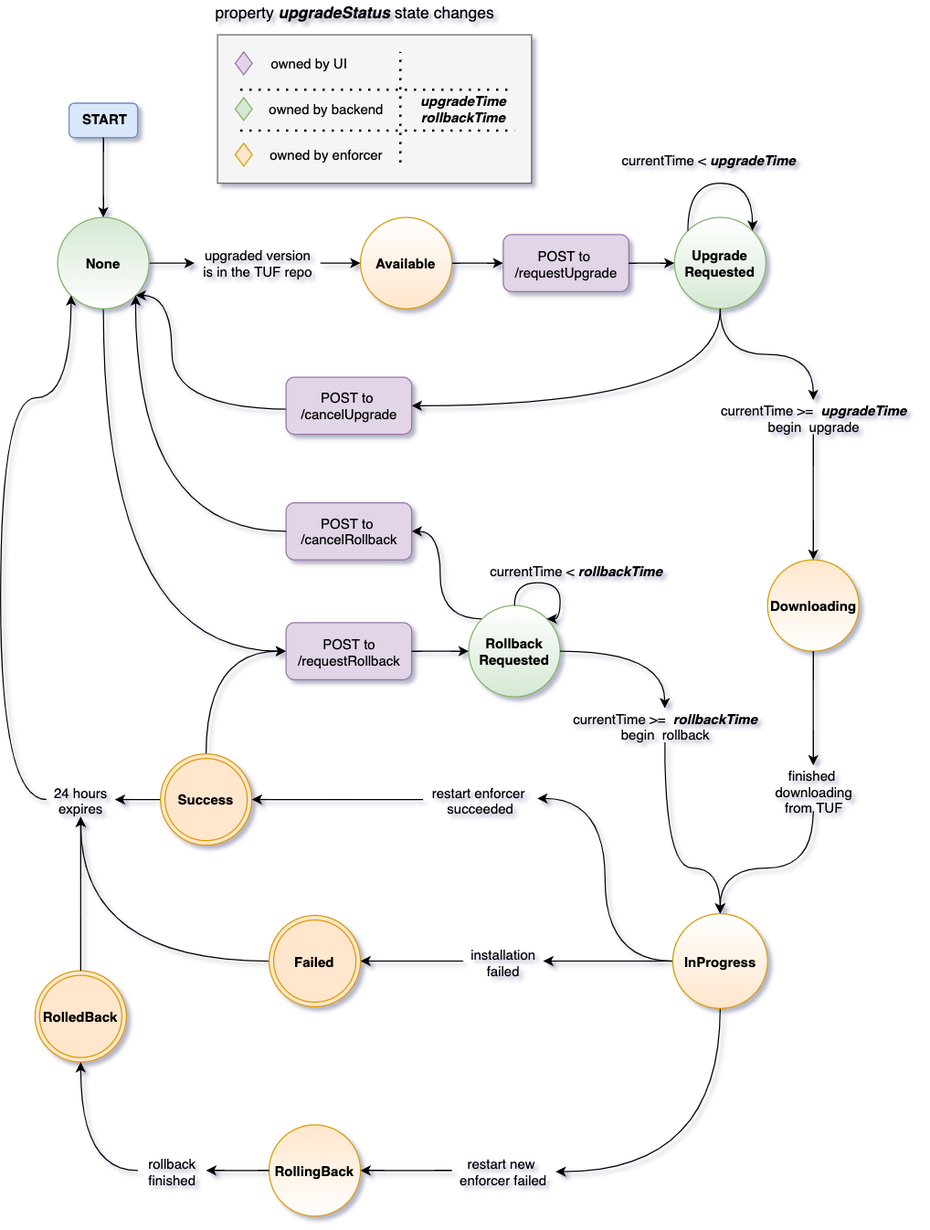
This is upgradeStatus.png from brianonn/drawio, a draw.io export, as it was before one commit. Source tidied: cells renumbered, new cells last; positions are measured from the earlier drawing's top-left corner, leaving out a move shared by most shapes.
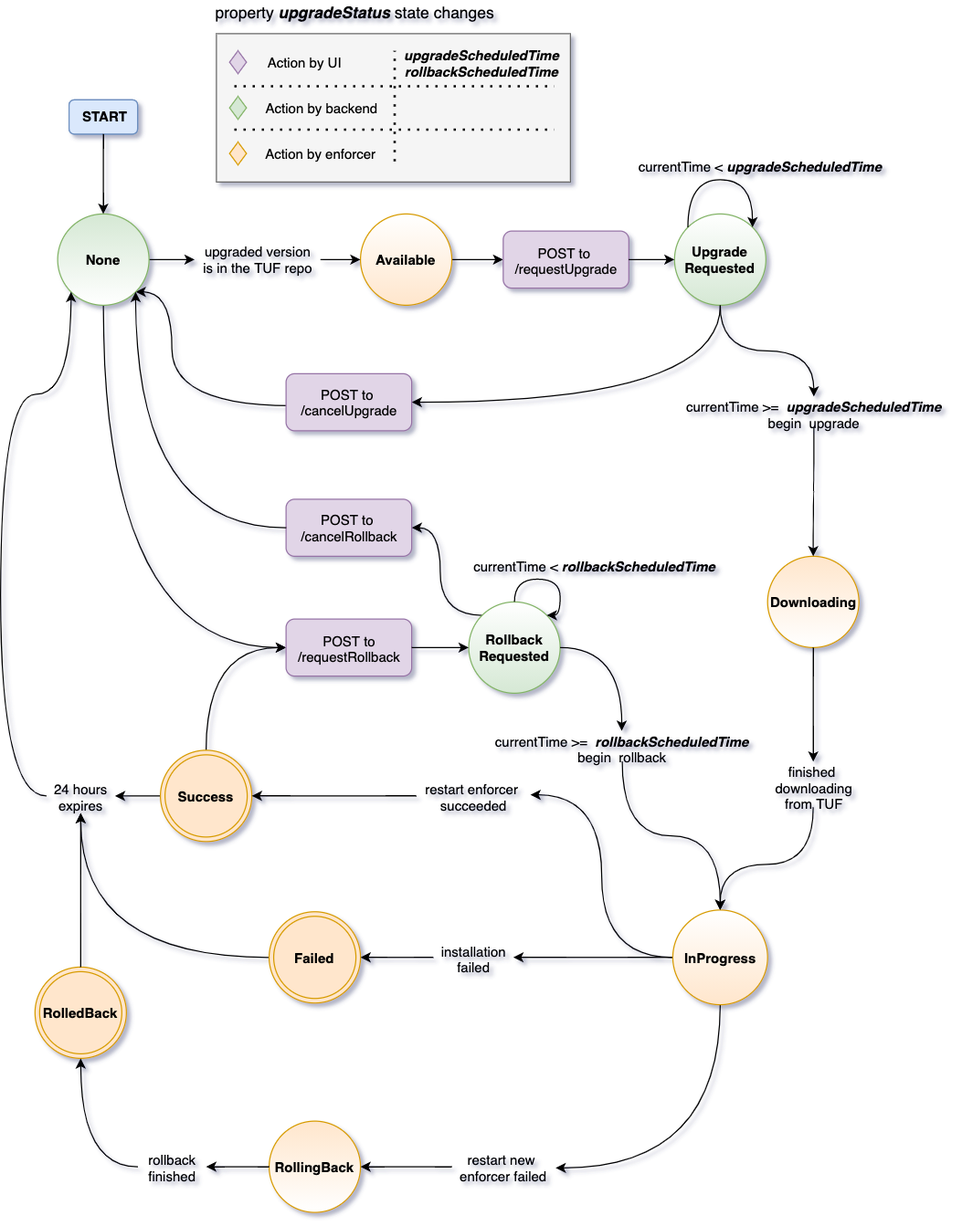
Later version of the same file.

The edit, as a diff of the source:
```diff
@@ -82,7 +82,7 @@
       <mxGeometry x="50" y="190" width="80" height="80" as="geometry" />
     </mxCell>
     <mxCell id="25" value="restart enforcer &lt;br&gt;succeeded" style="text;html=1;points=[];align=center;verticalAlign=top;spacingTop=-4;direction=west;" parent="1" vertex="1">
-      <mxGeometry x="370" y="685" width="100" height="30" as="geometry" />
+      <mxGeometry x="364" y="685" width="100" height="30" as="geometry" />
     </mxCell>
     <mxCell id="26" value="rollback&lt;br&gt;finished&lt;br&gt;" style="text;html=1;points=[];align=center;verticalAlign=top;spacingTop=-4;direction=west;" parent="1" vertex="1">
       <mxGeometry x="120" y="1010" width="60" height="30" as="geometry" />
@@ -93,8 +93,8 @@
     <mxCell id="28" style="edgeStyle=orthogonalEdgeStyle;curved=1;rounded=0;jettySize=auto;html=1;entryX=0.5;entryY=0;entryDx=0;entryDy=0;" parent="1" edge="1" source="29" target="8">
       <mxGeometry relative="1" as="geometry" />
     </mxCell>
-    <mxCell id="29" value="currentTime &amp;gt;=&amp;nbsp; &lt;b&gt;&lt;i&gt;upgradeTime&lt;/i&gt;&lt;/b&gt;&lt;br&gt;begin&amp;nbsp; upgrade" style="text;html=1;points=[];align=center;verticalAlign=top;spacingTop=-4;direction=west;" parent="1" vertex="1">
-      <mxGeometry x="621.7" y="350" width="180" height="30" as="geometry" />
+    <mxCell id="29" value="currentTime &amp;gt;=&amp;nbsp;&amp;nbsp;&lt;b&gt;&lt;i&gt;upgradeScheduledTime&lt;/i&gt;&lt;/b&gt;&lt;br&gt;begin&amp;nbsp; upgrade" style="text;html=1;points=[];align=center;verticalAlign=top;spacingTop=-4;direction=west;" parent="1" vertex="1">
+      <mxGeometry x="595.2" y="350" width="234" height="27" as="geometry" />
     </mxCell>
     <mxCell id="30" style="edgeStyle=orthogonalEdgeStyle;curved=1;jettySize=auto;html=1;startArrow=none;startFill=0;endArrow=classic;endFill=1;" parent="1" edge="1" source="11" target="29">
       <mxGeometry relative="1" as="geometry" />
@@ -112,7 +112,7 @@
       <mxGeometry x="235.2" y="801.5" width="80" height="80" as="geometry" />
     </mxCell>
     <mxCell id="35" value="installation&lt;br&gt;failed" style="text;html=1;points=[];align=center;verticalAlign=top;spacingTop=-4;direction=west;" parent="1" vertex="1">
-      <mxGeometry x="405.2" y="826.5" width="70" height="30" as="geometry" />
+      <mxGeometry x="379" y="826.5" width="70" height="30" as="geometry" />
     </mxCell>
     <mxCell id="36" style="edgeStyle=orthogonalEdgeStyle;curved=1;jettySize=auto;html=1;exitX=1;exitY=0.5;exitDx=0;exitDy=0;entryX=0;entryY=0.5;entryDx=0;entryDy=0;startArrow=none;startFill=0;endArrow=classic;endFill=1;" parent="1" edge="1" source="39" target="35">
       <mxGeometry relative="1" as="geometry" />
@@ -157,8 +157,8 @@
         </Array>
       </mxGeometry>
     </mxCell>
-    <mxCell id="47" value="currentTime &amp;lt; &lt;b&gt;&lt;i&gt;upgradeTime&lt;/i&gt;&lt;/b&gt;" style="text;html=1;align=center;verticalAlign=middle;" parent="1" vertex="1">
-      <mxGeometry x="535.2" y="130" width="170" height="20" as="geometry" />
+    <mxCell id="47" value="currentTime &amp;lt; &lt;b&gt;&lt;i&gt;upgradeScheduledTime&lt;/i&gt;&lt;/b&gt;" style="text;html=1;align=center;verticalAlign=middle;" parent="1" vertex="1">
+      <mxGeometry x="553" y="139" width="223" height="18" as="geometry" />
     </mxCell>
     <mxCell id="48" style="group;" parent="1" vertex="1">
       <mxGeometry x="440.2" y="205" width="110" height="50" as="geometry" />
@@ -203,90 +203,86 @@
         <mxPoint x="360" y="570" as="sourcePoint" />
       </mxGeometry>
     </mxCell>
-    <mxCell id="61" value="currentTime &amp;lt; &lt;b&gt;&lt;i&gt;rollbackTime&lt;/i&gt;&lt;/b&gt;" style="text;html=1;align=center;verticalAlign=middle;" parent="1" vertex="1">
-      <mxGeometry x="418.7" y="490" width="170" height="20" as="geometry" />
+    <mxCell id="61" value="currentTime &amp;lt; &lt;b&gt;&lt;i&gt;rollbackScheduledTime&lt;/i&gt;&lt;/b&gt;" style="text;html=1;align=center;verticalAlign=middle;" parent="1" vertex="1">
+      <mxGeometry x="409" y="490" width="222" height="18" as="geometry" />
     </mxCell>
-    <mxCell id="62" style="edgeStyle=orthogonalEdgeStyle;curved=1;jettySize=auto;html=1;" parent="1" edge="1" source="63" target="39">
-      <mxGeometry relative="1" as="geometry">
-        <Array as="points">
-          <mxPoint x="582" y="760" />
-          <mxPoint x="630" y="760" />
-        </Array>
-      </mxGeometry>
+    <mxCell id="62" style="edgeStyle=orthogonalEdgeStyle;curved=1;rounded=0;jettySize=auto;html=1;entryX=0.5;entryY=1;entryDx=0;entryDy=0;exitX=0.498;exitY=0.007;exitDx=0;exitDy=0;exitPerimeter=0;" parent="1" edge="1" source="63" target="39">
+      <mxGeometry relative="1" as="geometry" />
     </mxCell>
-    <mxCell id="63" value="currentTime &amp;gt;=&amp;nbsp; &lt;b&gt;&lt;i&gt;rollbackTime&lt;/i&gt;&lt;/b&gt;&lt;br&gt;begin&amp;nbsp; rollback" style="text;html=1;points=[];align=center;verticalAlign=top;spacingTop=-4;direction=west;" parent="1" vertex="1">
-      <mxGeometry x="491.7" y="620" width="180" height="30" as="geometry" />
+    <mxCell id="63" value="currentTime &amp;gt;=&amp;nbsp; &lt;b&gt;&lt;i&gt;rollbackScheduledTime&lt;/i&gt;&lt;/b&gt;&lt;br&gt;begin&amp;nbsp; rollback" style="text;html=1;points=[];align=center;verticalAlign=top;spacingTop=-4;direction=west;" parent="1" vertex="1">
+      <mxGeometry x="428" y="643" width="232" height="27" as="geometry" />
     </mxCell>
-    <mxCell id="64" style="edgeStyle=orthogonalEdgeStyle;curved=1;jettySize=auto;html=1;entryX=0.5;entryY=1;entryDx=0;entryDy=0;" parent="1" edge="1" source="56" target="63">
+    <mxCell id="64" style="edgeStyle=orthogonalEdgeStyle;curved=1;jettySize=auto;html=1;entryX=0.5;entryY=1;entryDx=0;entryDy=0;exitX=0;exitY=0.5;exitDx=0;exitDy=0;" parent="1" edge="1" source="56" target="63">
       <mxGeometry relative="1" as="geometry" />
     </mxCell>
-    <mxCell id="65" style="group;" parent="1" vertex="1">
-      <mxGeometry x="190" y="30" width="275" height="130" as="geometry" />
-    </mxCell>
+    <mxCell id="77" value="property &lt;b&gt;&lt;i&gt;upgradeStatus&lt;/i&gt;&lt;/b&gt; state changes" style="text;html=1;align=center;verticalAlign=middle;fontSize=14;" parent="1" vertex="1">
+      <mxGeometry x="180.2" y="3" width="260" height="20" as="geometry" />
+    </mxCell>
+    <mxCell id="78" style="group;" parent="1" vertex="1">
+      <mxGeometry x="250" y="440" width="110" height="50" as="geometry" />
+    </mxCell>
+    <mxCell id="79" style="rounded=1;whiteSpace=wrap;html=1;fillColor=#e1d5e7;strokeColor=#9673a6;" parent="78" vertex="1">
+      <mxGeometry width="110" height="50" as="geometry" />
+    </mxCell>
+    <mxCell id="80" value="POST to&amp;nbsp;&lt;br&gt;/cancelRollback" style="text;html=1;align=center;verticalAlign=middle;" parent="78" vertex="1">
+      <mxGeometry x="5" y="10" width="100" height="30" as="geometry" />
+    </mxCell>
+    <mxCell id="81" style="edgeStyle=orthogonalEdgeStyle;rounded=0;jettySize=auto;html=1;entryX=1;entryY=1;entryDx=0;entryDy=0;elbow=vertical;curved=1;exitX=0;exitY=0.5;exitDx=0;exitDy=0;" parent="1" edge="1" source="79" target="24">
+      <mxGeometry relative="1" as="geometry" />
+    </mxCell>
+    <mxCell id="82" style="edgeStyle=orthogonalEdgeStyle;curved=1;rounded=0;orthogonalLoop=1;jettySize=auto;html=1;entryX=0;entryY=1;entryDx=0;entryDy=0;" parent="1" edge="1" source="56" target="56">
+      <mxGeometry relative="1" as="geometry">
+        <Array as="points">
+          <mxPoint x="450" y="510" />
+          <mxPoint x="490" y="510" />
+          <mxPoint x="490" y="542" />
+        </Array>
+      </mxGeometry>
+    </mxCell>
+    <mxCell id="83" style="group;" parent="1" vertex="1">
+      <mxGeometry x="189" y="32" width="310" height="130" as="geometry" />
+    </mxCell>
-    <mxCell id="66" style="rounded=0;whiteSpace=wrap;html=1;shadow=0;glass=0;sketch=0;strokeColor=#666666;fillColor=#f5f5f5;align=center;fontColor=#333333;" parent="65" vertex="1">
-      <mxGeometry width="275" height="130" as="geometry" />
+    <mxCell id="66" style="rounded=0;whiteSpace=wrap;html=1;shadow=0;glass=0;sketch=0;strokeColor=#666666;fillColor=#f5f5f5;align=center;fontColor=#333333;" parent="83" vertex="1">
+      <mxGeometry width="310" height="130" as="geometry" />
     </mxCell>
-    <mxCell id="67" value="owned by UI" style="text;html=1;align=center;verticalAlign=middle;" parent="65" vertex="1">
-      <mxGeometry x="40" y="15" width="80" height="20" as="geometry" />
+    <mxCell id="67" value="Action by UI" style="text;html=1;align=center;verticalAlign=middle;" parent="83" vertex="1">
+      <mxGeometry x="39" y="16" width="75" height="18" as="geometry" />
     </mxCell>
-    <mxCell id="68" value="owned by backend" style="text;html=1;align=center;verticalAlign=middle;" parent="65" vertex="1">
-      <mxGeometry x="35.2" y="55" width="120" height="20" as="geometry" />
+    <mxCell id="68" value="Action by backend" style="text;html=1;align=center;verticalAlign=middle;" parent="83" vertex="1">
+      <mxGeometry x="38.2" y="56" width="108" height="18" as="geometry" />
     </mxCell>
-    <mxCell id="69" value="owned by enforcer" style="text;html=1;align=center;verticalAlign=middle;" parent="65" vertex="1">
-      <mxGeometry x="40.2" y="95" width="110" height="20" as="geometry" />
+    <mxCell id="69" value="Action by enforcer" style="text;html=1;align=center;verticalAlign=middle;" parent="83" vertex="1">
+      <mxGeometry x="38.2" y="96" width="106" height="18" as="geometry" />
     </mxCell>
-    <mxCell id="70" style="rhombus;whiteSpace=wrap;html=1;fillColor=#e1d5e7;align=center;strokeColor=#9673a6;" parent="65" vertex="1">
-      <mxGeometry x="15.5" y="15" width="14.8" height="20" as="geometry" />
+    <mxCell id="70" style="rhombus;whiteSpace=wrap;html=1;fillColor=#e1d5e7;align=center;strokeColor=#9673a6;" parent="83" vertex="1">
+      <mxGeometry x="11.5" y="15" width="14.8" height="20" as="geometry" />
     </mxCell>
-    <mxCell id="71" style="rhombus;whiteSpace=wrap;html=1;fillColor=#d5e8d4;align=center;strokeColor=#82b366;" parent="65" vertex="1">
-      <mxGeometry x="15.5" y="55" width="14.8" height="20" as="geometry" />
+    <mxCell id="71" style="rhombus;whiteSpace=wrap;html=1;fillColor=#d5e8d4;align=center;strokeColor=#82b366;" parent="83" vertex="1">
+      <mxGeometry x="11.5" y="55" width="14.8" height="20" as="geometry" />
     </mxCell>
-    <mxCell id="72" style="rhombus;whiteSpace=wrap;html=1;fillColor=#ffe6cc;align=center;strokeColor=#d79b00;" parent="65" vertex="1">
-      <mxGeometry x="15.5" y="95" width="14.8" height="20" as="geometry" />
+    <mxCell id="72" style="rhombus;whiteSpace=wrap;html=1;fillColor=#ffe6cc;align=center;strokeColor=#d79b00;" parent="83" vertex="1">
+      <mxGeometry x="11.5" y="95" width="14.8" height="20" as="geometry" />
     </mxCell>
-    <mxCell id="73" value="&lt;b&gt;&lt;i&gt;upgradeTime&lt;br&gt;rollbackTime&lt;/i&gt;&lt;/b&gt;" style="text;html=1;align=center;verticalAlign=middle;points=[];" parent="65" vertex="1">
-      <mxGeometry x="170" y="50" width="90" height="30" as="geometry" />
+    <mxCell id="73" value="&lt;b&gt;&lt;i&gt;upgradeScheduledTime&lt;br&gt;rollbackScheduledTime&lt;/i&gt;&lt;/b&gt;" style="text;html=1;align=center;verticalAlign=middle;points=[];" parent="83" vertex="1">
+      <mxGeometry x="159" y="10" width="145" height="31" as="geometry" />
     </mxCell>
-    <mxCell id="74" style="endArrow=none;dashed=1;html=1;dashPattern=1 3;strokeWidth=2;entryX=0.935;entryY=-0.065;entryDx=0;entryDy=0;entryPerimeter=0;" parent="65" edge="1" target="73">
-      <mxGeometry relative="1" as="geometry">
-        <mxPoint x="20" y="48" as="sourcePoint" />
-      </mxGeometry>
-    </mxCell>
-    <mxCell id="75" style="endArrow=none;dashed=1;html=1;dashPattern=1 3;strokeWidth=2;entryX=0.935;entryY=-0.065;entryDx=0;entryDy=0;entryPerimeter=0;" parent="65" edge="1">
-      <mxGeometry relative="1" as="geometry">
-        <mxPoint x="20" y="84" as="sourcePoint" />
-        <mxPoint x="260" y="83.8" as="targetPoint" />
-      </mxGeometry>
-    </mxCell>
-    <mxCell id="76" style="endArrow=none;dashed=1;html=1;dashPattern=1 3;strokeWidth=2;entryX=0.935;entryY=-0.065;entryDx=0;entryDy=0;entryPerimeter=0;" parent="65" edge="1">
-      <mxGeometry relative="1" as="geometry">
-        <mxPoint x="160" y="111.9" as="sourcePoint" />
-        <mxPoint x="160.2" y="15" as="targetPoint" />
+    <mxCell id="76" style="endArrow=none;dashed=1;html=1;dashPattern=1 3;strokeWidth=2;entryX=0.935;entryY=-0.065;entryDx=0;entryDy=0;entryPerimeter=0;" parent="83" edge="1">
+      <mxGeometry x="-4" as="geometry">
+        <mxPoint x="156" y="111.9" as="sourcePoint" />
+        <mxPoint x="156.2" y="15" as="targetPoint" />
       </mxGeometry>
     </mxCell>
-    <mxCell id="77" value="property &lt;b&gt;&lt;i&gt;upgradeStatus&lt;/i&gt;&lt;/b&gt; state changes" style="text;html=1;align=center;verticalAlign=middle;fontSize=14;" parent="1" vertex="1">
-      <mxGeometry x="180.2" width="260" height="20" as="geometry" />
-    </mxCell>
-    <mxCell id="78" style="group;" parent="1" vertex="1">
-      <mxGeometry x="250" y="440" width="110" height="50" as="geometry" />
-    </mxCell>
-    <mxCell id="79" style="rounded=1;whiteSpace=wrap;html=1;fillColor=#e1d5e7;strokeColor=#9673a6;" parent="78" vertex="1">
-      <mxGeometry width="110" height="50" as="geometry" />
-    </mxCell>
-    <mxCell id="80" value="POST to&amp;nbsp;&lt;br&gt;/cancelRollback" style="text;html=1;align=center;verticalAlign=middle;" parent="78" vertex="1">
-      <mxGeometry x="5" y="10" width="100" height="30" as="geometry" />
-    </mxCell>
-    <mxCell id="81" style="edgeStyle=orthogonalEdgeStyle;rounded=0;jettySize=auto;html=1;entryX=1;entryY=1;entryDx=0;entryDy=0;elbow=vertical;curved=1;exitX=0;exitY=0.5;exitDx=0;exitDy=0;" parent="1" edge="1" source="79" target="24">
-      <mxGeometry relative="1" as="geometry" />
-    </mxCell>
-    <mxCell id="82" style="edgeStyle=orthogonalEdgeStyle;curved=1;rounded=0;orthogonalLoop=1;jettySize=auto;html=1;entryX=0;entryY=1;entryDx=0;entryDy=0;" parent="1" edge="1" source="56" target="56">
-      <mxGeometry relative="1" as="geometry">
-        <Array as="points">
-          <mxPoint x="450" y="510" />
-          <mxPoint x="490" y="510" />
-          <mxPoint x="490" y="542" />
-        </Array>
-      </mxGeometry>
-    </mxCell>
+    <mxCell id="84" style="endArrow=none;dashed=1;html=1;dashPattern=1 3;strokeWidth=2;entryX=0.935;entryY=-0.065;entryDx=0;entryDy=0;entryPerimeter=0;" parent="83" edge="1">
+      <mxGeometry x="-4.2" y="36" as="geometry">
+        <mxPoint x="15.8" y="84" as="sourcePoint" />
+        <mxPoint x="296" y="84" as="targetPoint" />
+      </mxGeometry>
+    </mxCell>
+    <mxCell id="85" style="endArrow=none;dashed=1;html=1;dashPattern=1 3;strokeWidth=2;entryX=0.935;entryY=-0.065;entryDx=0;entryDy=0;entryPerimeter=0;" parent="83" edge="1">
+      <mxGeometry x="-4.2" y="-2" as="geometry">
+        <mxPoint x="15.8" y="46" as="sourcePoint" />
+        <mxPoint x="296" y="46" as="targetPoint" />
+      </mxGeometry>
+    </mxCell>
   </root>
 </mxGraphModel>
```
